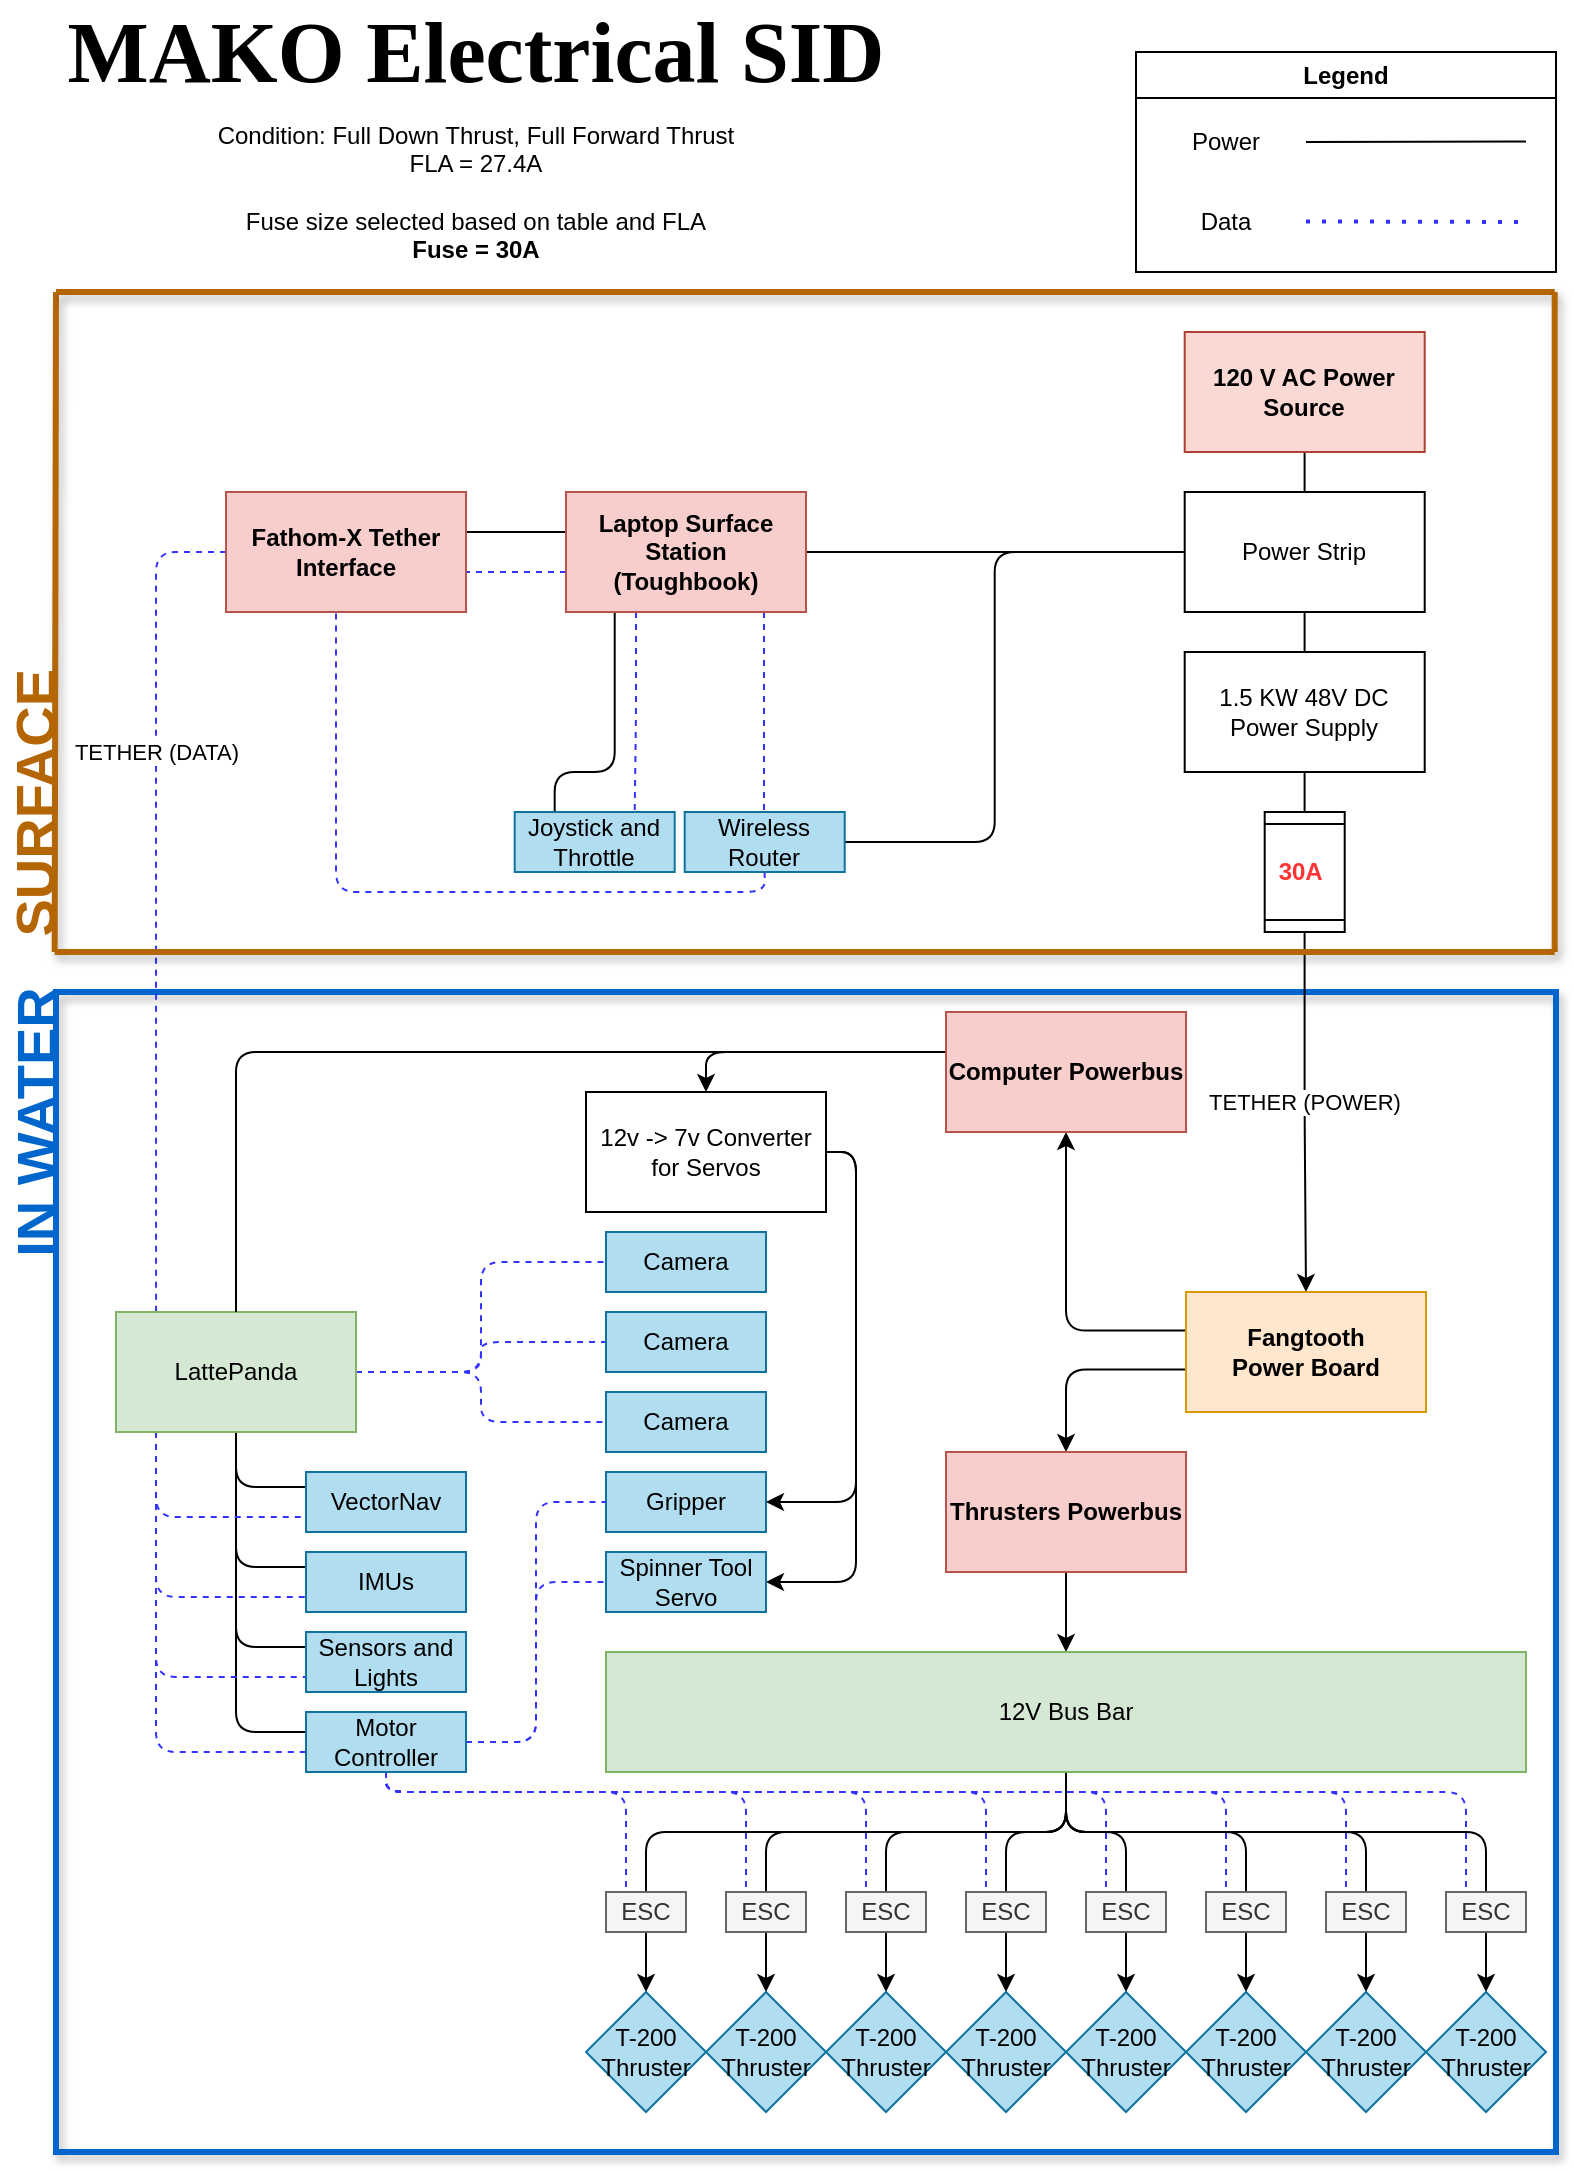
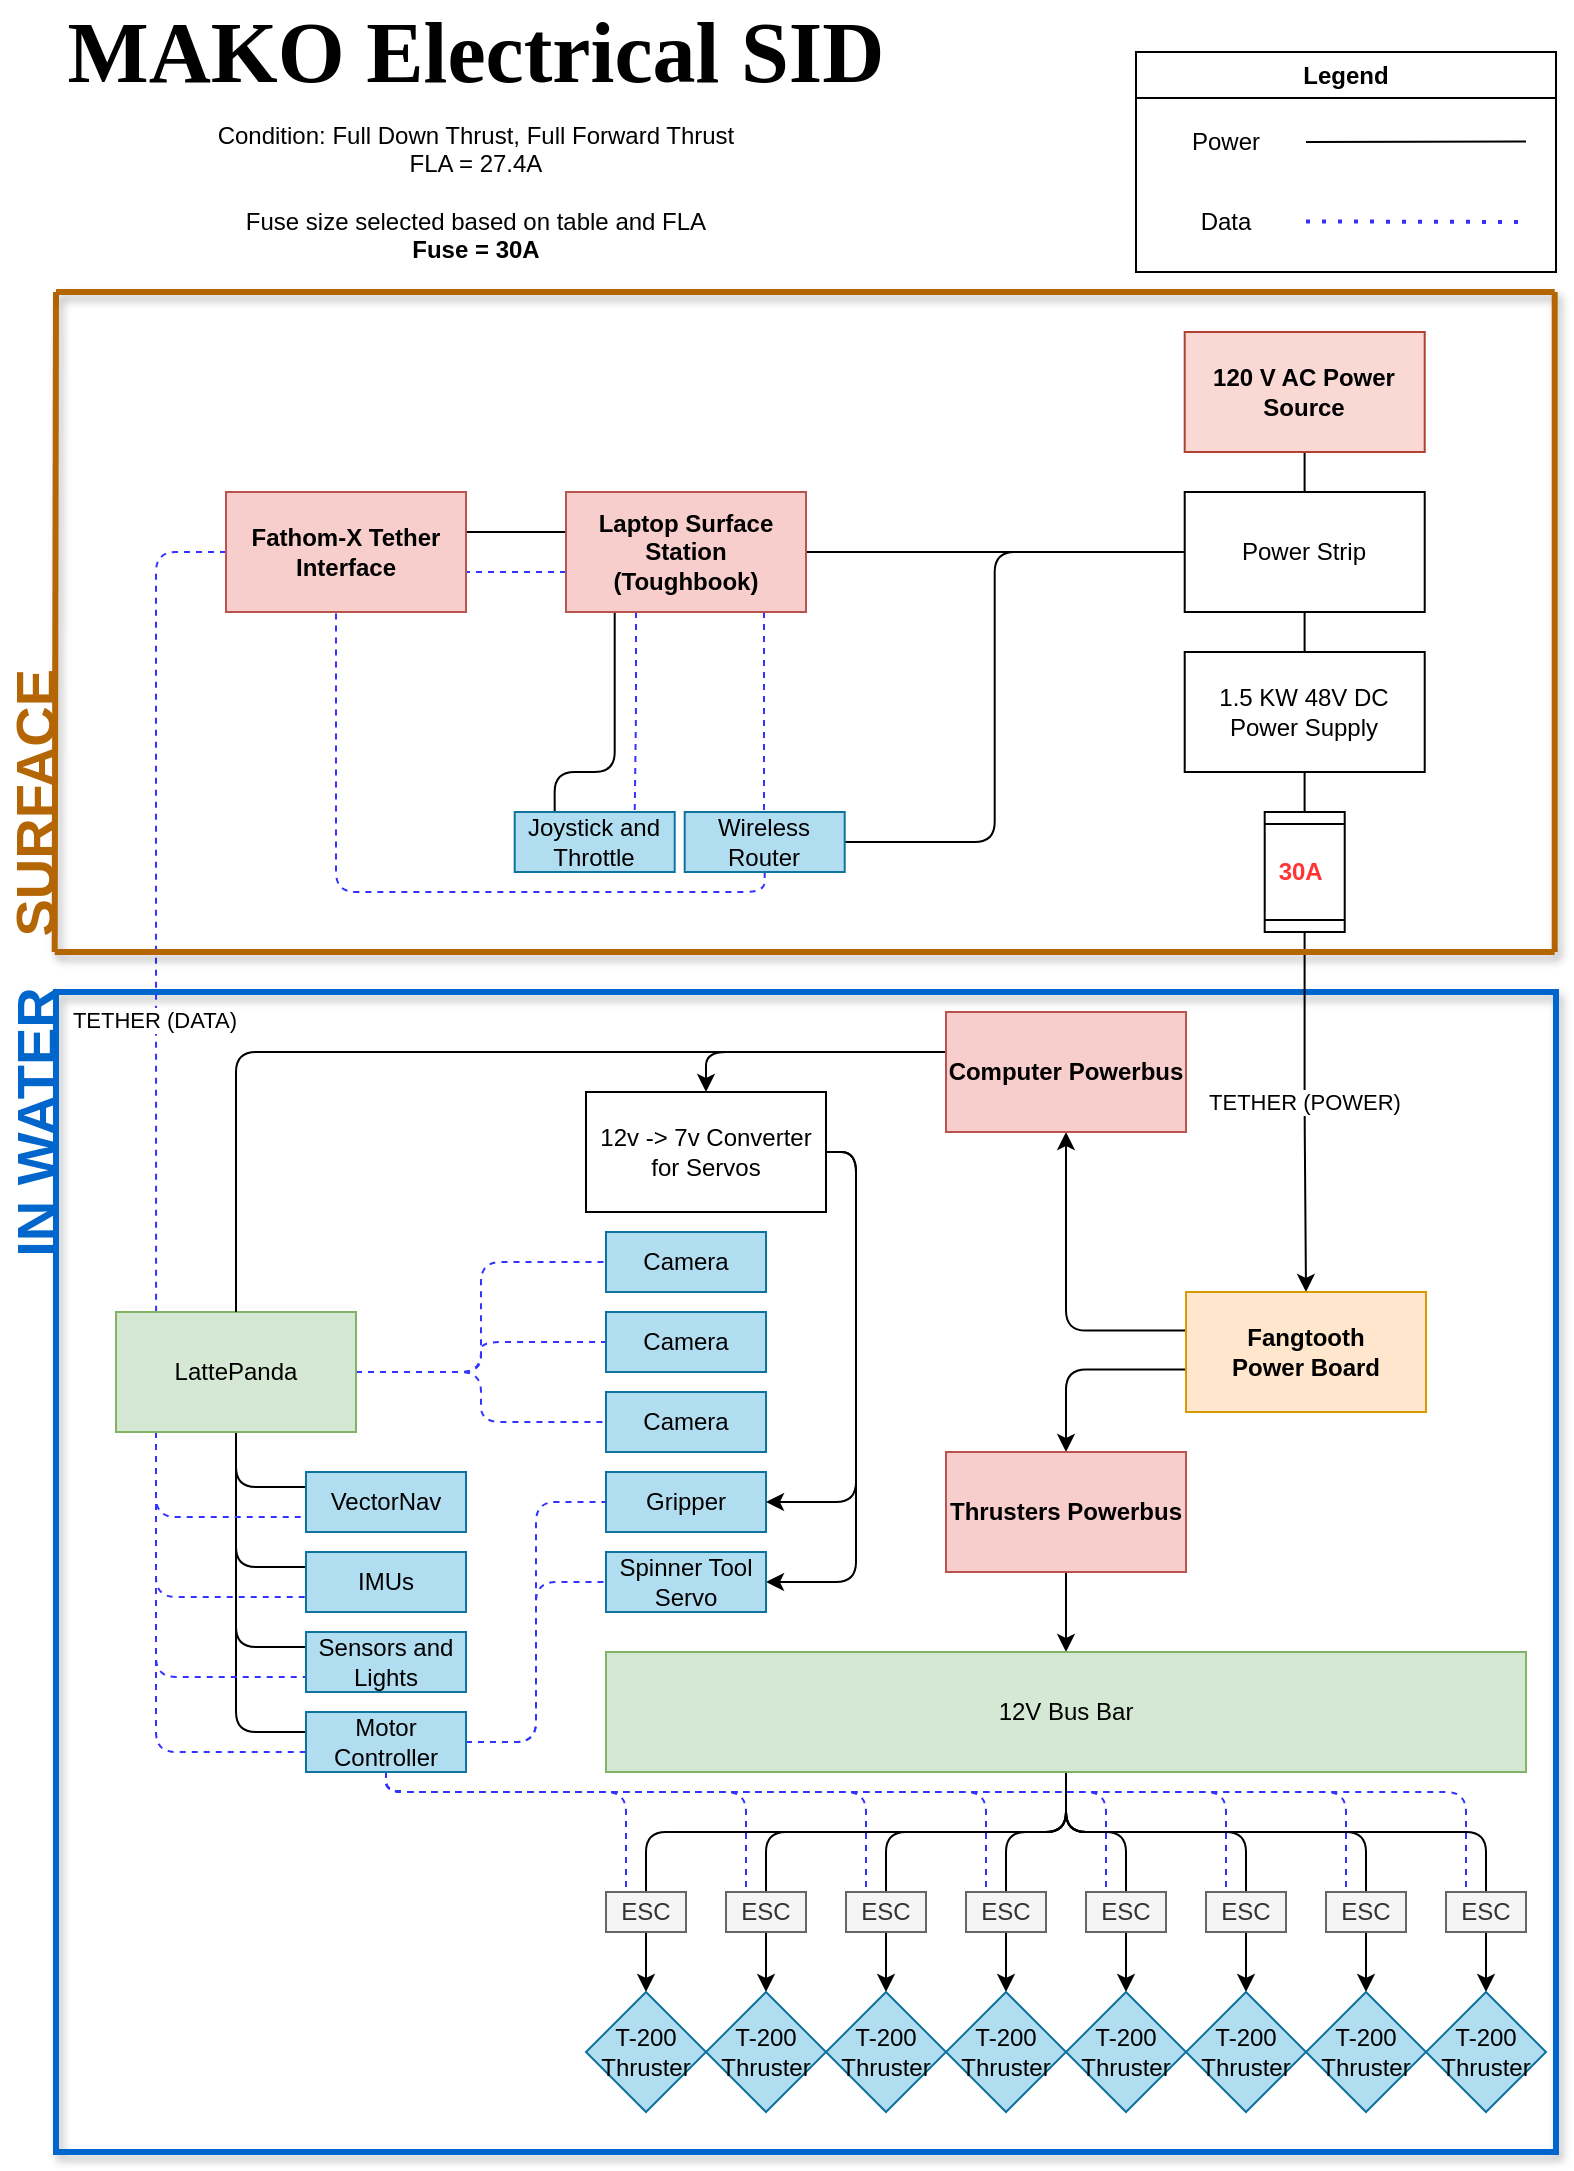
<mxfile host="app.diagrams.net" agent="Mozilla/5.0 (Windows NT 10.0; Win64; x64; rv:139.0) Gecko/20100101 Firefox/139.0">
  <diagram name="Page-1" id="doaNbLGYiiKzRFzNWdXi">
-     <mxGraphModel dx="-28" dy="477" grid="1" gridSize="10" guides="1" tooltips="1" connect="1" arrows="1" fold="1" page="1" pageScale="1" pageWidth="850" pageHeight="1100" math="0" shadow="0">
+     <mxGraphModel dx="324" dy="681" grid="1" gridSize="10" guides="1" tooltips="1" connect="1" arrows="1" fold="1" page="1" pageScale="1" pageWidth="850" pageHeight="1100" math="0" shadow="0">
      <root>
        <mxCell id="0" />
        <mxCell id="1" parent="0" />
        <mxCell id="0vSBfI8_46AL9H7hPHAw-18" parent="1" style="rounded=0;whiteSpace=wrap;html=1;fillColor=none;strokeWidth=3;strokeColor=#0066CC;glass=0;shadow=1;" value="" vertex="1">
          <mxGeometry height="580" width="750" x="890" y="500" as="geometry" />
        </mxCell>
        <mxCell id="59XTsty1G1Yx93DkZX_j-1" parent="1" style="text;html=1;whiteSpace=wrap;strokeColor=none;fillColor=none;align=center;verticalAlign=middle;rounded=0;fontFamily=Times New Roman;fontStyle=1" value="&lt;font style=&quot;font-size: 43px;&quot;&gt;&lt;span&gt;MAKO Electrical SID&lt;/span&gt;&lt;/font&gt;" vertex="1">
          <mxGeometry height="40" width="420" x="890" y="10" as="geometry" />
        </mxCell>
        <mxCell id="59XTsty1G1Yx93DkZX_j-24" edge="1" parent="1" style="edgeStyle=orthogonalEdgeStyle;rounded=0;orthogonalLoop=1;jettySize=auto;html=1;exitX=0.5;exitY=1;exitDx=0;exitDy=0;">
          <mxGeometry relative="1" as="geometry">
            <mxPoint x="1435" y="910" as="sourcePoint" />
            <mxPoint x="1435" y="910" as="targetPoint" />
          </mxGeometry>
        </mxCell>
        <mxCell id="59XTsty1G1Yx93DkZX_j-45" parent="1" style="swimlane;whiteSpace=wrap;html=1;" value="Legend" vertex="1">
          <mxGeometry height="110" width="210" x="1430" y="30" as="geometry" />
        </mxCell>
        <mxCell id="59XTsty1G1Yx93DkZX_j-46" parent="59XTsty1G1Yx93DkZX_j-45" style="text;html=1;whiteSpace=wrap;strokeColor=none;fillColor=none;align=center;verticalAlign=middle;rounded=0;" value="Power" vertex="1">
          <mxGeometry height="30" width="60" x="15" y="30" as="geometry" />
        </mxCell>
        <mxCell id="59XTsty1G1Yx93DkZX_j-47" parent="59XTsty1G1Yx93DkZX_j-45" style="text;html=1;whiteSpace=wrap;strokeColor=none;fillColor=none;align=center;verticalAlign=middle;rounded=0;" value="Data" vertex="1">
          <mxGeometry height="30" width="60" x="15" y="70" as="geometry" />
        </mxCell>
        <mxCell id="59XTsty1G1Yx93DkZX_j-53" edge="1" parent="59XTsty1G1Yx93DkZX_j-45" style="endArrow=none;dashed=1;html=1;dashPattern=1 3;strokeWidth=2;strokeColor=#3333FF;" value="">
          <mxGeometry height="50" relative="1" width="50" as="geometry">
            <mxPoint x="85" y="84.72" as="sourcePoint" />
            <mxPoint x="195" y="85" as="targetPoint" />
          </mxGeometry>
        </mxCell>
        <mxCell id="59XTsty1G1Yx93DkZX_j-54" edge="1" parent="59XTsty1G1Yx93DkZX_j-45" style="endArrow=none;html=1;strokeColor=#000000;" value="">
          <mxGeometry height="50" relative="1" width="50" as="geometry">
            <mxPoint x="85" y="45.06" as="sourcePoint" />
            <mxPoint x="195" y="44.78" as="targetPoint" />
          </mxGeometry>
        </mxCell>
        <mxCell id="59XTsty1G1Yx93DkZX_j-216" edge="1" parent="1" source="59XTsty1G1Yx93DkZX_j-57" style="edgeStyle=orthogonalEdgeStyle;orthogonalLoop=1;jettySize=auto;html=1;endArrow=none;endFill=0;" target="59XTsty1G1Yx93DkZX_j-208" value="">
          <mxGeometry relative="1" as="geometry" />
        </mxCell>
        <mxCell id="59XTsty1G1Yx93DkZX_j-57" parent="1" style="rounded=0;whiteSpace=wrap;html=1;fillColor=#fad9d5;strokeColor=#ae4132;fontStyle=1" value="120 V AC Power Source" vertex="1">
          <mxGeometry height="60" width="120" x="1454.35" y="170" as="geometry" />
        </mxCell>
        <mxCell id="59XTsty1G1Yx93DkZX_j-71" edge="1" parent="1" source="59XTsty1G1Yx93DkZX_j-66" style="edgeStyle=orthogonalEdgeStyle;orthogonalLoop=1;jettySize=auto;html=1;endArrow=none;endFill=0;" target="59XTsty1G1Yx93DkZX_j-70" value="">
          <mxGeometry relative="1" as="geometry" />
        </mxCell>
        <mxCell id="59XTsty1G1Yx93DkZX_j-66" parent="1" style="rounded=0;whiteSpace=wrap;html=1;" value="&lt;div&gt;1.5 KW 48V DC Power Supply&lt;/div&gt;" vertex="1">
          <mxGeometry height="60" width="120" x="1454.35" y="330" as="geometry" />
        </mxCell>
        <mxCell id="59XTsty1G1Yx93DkZX_j-81" edge="1" parent="1" source="59XTsty1G1Yx93DkZX_j-70" style="edgeStyle=orthogonalEdgeStyle;orthogonalLoop=1;jettySize=auto;html=1;entryX=0.5;entryY=0;entryDx=0;entryDy=0;" target="59XTsty1G1Yx93DkZX_j-101" value="">
          <mxGeometry relative="1" as="geometry">
            <mxPoint x="1515" y="470" as="targetPoint" />
          </mxGeometry>
        </mxCell>
        <mxCell id="59XTsty1G1Yx93DkZX_j-99" connectable="0" parent="59XTsty1G1Yx93DkZX_j-81" style="edgeLabel;html=1;align=center;verticalAlign=middle;resizable=0;points=[];" value="TETHER (POWER)" vertex="1">
          <mxGeometry relative="1" x="-0.062" y="-1" as="geometry">
            <mxPoint as="offset" />
          </mxGeometry>
        </mxCell>
        <mxCell id="59XTsty1G1Yx93DkZX_j-70" parent="1" style="shape=process;whiteSpace=wrap;html=1;backgroundOutline=1;rounded=0;direction=south;" value="&lt;div&gt;&lt;b style=&quot;color: rgb(255, 53, 53);&quot;&gt;30A&amp;nbsp;&lt;/b&gt;&lt;/div&gt;" vertex="1">
          <mxGeometry height="60" width="40" x="1494.35" y="410" as="geometry" />
        </mxCell>
        <mxCell id="59XTsty1G1Yx93DkZX_j-83" parent="1" style="text;html=1;whiteSpace=wrap;strokeColor=none;fillColor=none;align=center;verticalAlign=middle;rounded=0;" value="&lt;div&gt;Condition: Full Down Thrust, Full Forward Thrust&lt;/div&gt;&lt;div&gt;FLA = 27.4A&lt;/div&gt;&lt;div&gt;&lt;br&gt;&lt;/div&gt;&lt;div&gt;Fuse size selected based on table and FLA&lt;/div&gt;&lt;div&gt;&lt;b&gt;Fuse = 30A&lt;/b&gt;&lt;/div&gt;" vertex="1">
          <mxGeometry height="80" width="410" x="894.9999999999999" y="60" as="geometry" />
        </mxCell>
        <mxCell id="59XTsty1G1Yx93DkZX_j-205" edge="1" parent="1" source="59XTsty1G1Yx93DkZX_j-101" style="edgeStyle=orthogonalEdgeStyle;orthogonalLoop=1;jettySize=auto;html=1;entryX=0.5;entryY=1;entryDx=0;entryDy=0;exitX=-0.004;exitY=0.321;exitDx=0;exitDy=0;exitPerimeter=0;" target="59XTsty1G1Yx93DkZX_j-180">
          <mxGeometry relative="1" as="geometry" />
        </mxCell>
        <mxCell id="59XTsty1G1Yx93DkZX_j-206" edge="1" parent="1" source="59XTsty1G1Yx93DkZX_j-101" style="edgeStyle=orthogonalEdgeStyle;orthogonalLoop=1;jettySize=auto;html=1;exitX=0.001;exitY=0.645;exitDx=0;exitDy=0;exitPerimeter=0;" target="59XTsty1G1Yx93DkZX_j-102">
          <mxGeometry relative="1" as="geometry" />
        </mxCell>
        <mxCell id="59XTsty1G1Yx93DkZX_j-101" parent="1" style="rounded=0;whiteSpace=wrap;html=1;fillColor=#ffe6cc;strokeColor=#d79b00;fontStyle=1" value="&lt;div&gt;Fangtooth&lt;/div&gt;&lt;div&gt;Power Board&lt;/div&gt;" vertex="1">
          <mxGeometry height="60" width="120" x="1455" y="650" as="geometry" />
        </mxCell>
        <mxCell id="59XTsty1G1Yx93DkZX_j-113" edge="1" parent="1" source="59XTsty1G1Yx93DkZX_j-102" style="edgeStyle=orthogonalEdgeStyle;orthogonalLoop=1;jettySize=auto;html=1;entryX=0.5;entryY=0;entryDx=0;entryDy=0;" target="59XTsty1G1Yx93DkZX_j-108">
          <mxGeometry relative="1" as="geometry" />
        </mxCell>
        <mxCell id="59XTsty1G1Yx93DkZX_j-102" parent="1" style="rounded=0;whiteSpace=wrap;html=1;fillColor=#f8cecc;strokeColor=#b85450;fontStyle=1" value="Thrusters Powerbus" vertex="1">
          <mxGeometry height="60" width="120" x="1335" y="730" as="geometry" />
        </mxCell>
        <mxCell id="59XTsty1G1Yx93DkZX_j-135" edge="1" parent="1" source="59XTsty1G1Yx93DkZX_j-108" style="edgeStyle=orthogonalEdgeStyle;orthogonalLoop=1;jettySize=auto;html=1;entryX=0.5;entryY=0;entryDx=0;entryDy=0;endArrow=none;endFill=0;" target="59XTsty1G1Yx93DkZX_j-116">
          <mxGeometry relative="1" as="geometry" />
        </mxCell>
        <mxCell id="59XTsty1G1Yx93DkZX_j-137" edge="1" parent="1" source="59XTsty1G1Yx93DkZX_j-108" style="edgeStyle=orthogonalEdgeStyle;orthogonalLoop=1;jettySize=auto;html=1;entryX=0.5;entryY=0;entryDx=0;entryDy=0;endArrow=none;endFill=0;" target="59XTsty1G1Yx93DkZX_j-120">
          <mxGeometry relative="1" as="geometry" />
        </mxCell>
        <mxCell id="59XTsty1G1Yx93DkZX_j-138" edge="1" parent="1" source="59XTsty1G1Yx93DkZX_j-108" style="edgeStyle=orthogonalEdgeStyle;orthogonalLoop=1;jettySize=auto;html=1;entryX=0.5;entryY=0;entryDx=0;entryDy=0;endArrow=none;endFill=0;" target="59XTsty1G1Yx93DkZX_j-117">
          <mxGeometry relative="1" as="geometry" />
        </mxCell>
        <mxCell id="59XTsty1G1Yx93DkZX_j-139" edge="1" parent="1" source="59XTsty1G1Yx93DkZX_j-108" style="edgeStyle=orthogonalEdgeStyle;orthogonalLoop=1;jettySize=auto;html=1;entryX=0.5;entryY=0;entryDx=0;entryDy=0;endArrow=none;endFill=0;" target="59XTsty1G1Yx93DkZX_j-118">
          <mxGeometry relative="1" as="geometry" />
        </mxCell>
        <mxCell id="59XTsty1G1Yx93DkZX_j-140" edge="1" parent="1" source="59XTsty1G1Yx93DkZX_j-108" style="edgeStyle=orthogonalEdgeStyle;orthogonalLoop=1;jettySize=auto;html=1;entryX=0.5;entryY=0;entryDx=0;entryDy=0;endArrow=none;endFill=0;" target="59XTsty1G1Yx93DkZX_j-121">
          <mxGeometry relative="1" as="geometry" />
        </mxCell>
        <mxCell id="59XTsty1G1Yx93DkZX_j-141" edge="1" parent="1" source="59XTsty1G1Yx93DkZX_j-108" style="edgeStyle=orthogonalEdgeStyle;orthogonalLoop=1;jettySize=auto;html=1;entryX=0.5;entryY=0;entryDx=0;entryDy=0;endArrow=none;endFill=0;" target="59XTsty1G1Yx93DkZX_j-122">
          <mxGeometry relative="1" as="geometry" />
        </mxCell>
        <mxCell id="59XTsty1G1Yx93DkZX_j-142" edge="1" parent="1" source="59XTsty1G1Yx93DkZX_j-108" style="edgeStyle=orthogonalEdgeStyle;orthogonalLoop=1;jettySize=auto;html=1;entryX=0.5;entryY=0;entryDx=0;entryDy=0;endArrow=none;endFill=0;" target="59XTsty1G1Yx93DkZX_j-123">
          <mxGeometry relative="1" as="geometry" />
        </mxCell>
        <mxCell id="59XTsty1G1Yx93DkZX_j-143" edge="1" parent="1" source="59XTsty1G1Yx93DkZX_j-108" style="edgeStyle=orthogonalEdgeStyle;orthogonalLoop=1;jettySize=auto;html=1;endArrow=none;endFill=0;" target="59XTsty1G1Yx93DkZX_j-124">
          <mxGeometry relative="1" as="geometry" />
        </mxCell>
        <mxCell id="59XTsty1G1Yx93DkZX_j-108" parent="1" style="rounded=0;whiteSpace=wrap;html=1;fillColor=#d5e8d4;strokeColor=#82b366;fontStyle=0" value="&lt;span&gt;12V Bus Bar&lt;/span&gt;" vertex="1">
          <mxGeometry height="60" width="460" x="1165" y="830" as="geometry" />
        </mxCell>
        <mxCell id="59XTsty1G1Yx93DkZX_j-158" edge="1" parent="1" source="59XTsty1G1Yx93DkZX_j-111" style="edgeStyle=orthogonalEdgeStyle;orthogonalLoop=1;jettySize=auto;html=1;entryX=0;entryY=0.5;entryDx=0;entryDy=0;dashed=1;strokeColor=#3333FF;endArrow=none;endFill=0;" target="59XTsty1G1Yx93DkZX_j-154">
          <mxGeometry relative="1" as="geometry" />
        </mxCell>
        <mxCell id="59XTsty1G1Yx93DkZX_j-159" edge="1" parent="1" source="59XTsty1G1Yx93DkZX_j-111" style="edgeStyle=orthogonalEdgeStyle;orthogonalLoop=1;jettySize=auto;html=1;entryX=0;entryY=0.5;entryDx=0;entryDy=0;dashed=1;strokeColor=#3333FF;endArrow=none;endFill=0;" target="59XTsty1G1Yx93DkZX_j-153">
          <mxGeometry relative="1" as="geometry" />
        </mxCell>
        <mxCell id="59XTsty1G1Yx93DkZX_j-232" edge="1" parent="1" source="59XTsty1G1Yx93DkZX_j-111" style="edgeStyle=orthogonalEdgeStyle;orthogonalLoop=1;jettySize=auto;html=1;entryX=0;entryY=0.25;entryDx=0;entryDy=0;endArrow=none;endFill=0;" target="59XTsty1G1Yx93DkZX_j-164">
          <mxGeometry relative="1" as="geometry">
            <Array as="points">
              <mxPoint x="980" y="748" />
            </Array>
          </mxGeometry>
        </mxCell>
        <mxCell id="59XTsty1G1Yx93DkZX_j-233" edge="1" parent="1" source="59XTsty1G1Yx93DkZX_j-111" style="edgeStyle=orthogonalEdgeStyle;orthogonalLoop=1;jettySize=auto;html=1;entryX=0;entryY=0.25;entryDx=0;entryDy=0;endArrow=none;endFill=0;" target="59XTsty1G1Yx93DkZX_j-163">
          <mxGeometry relative="1" as="geometry">
            <Array as="points">
              <mxPoint x="980" y="788" />
            </Array>
          </mxGeometry>
        </mxCell>
        <mxCell id="59XTsty1G1Yx93DkZX_j-234" edge="1" parent="1" source="59XTsty1G1Yx93DkZX_j-111" style="edgeStyle=orthogonalEdgeStyle;orthogonalLoop=1;jettySize=auto;html=1;entryX=0;entryY=0.25;entryDx=0;entryDy=0;endArrow=none;endFill=0;" target="59XTsty1G1Yx93DkZX_j-165">
          <mxGeometry relative="1" as="geometry">
            <Array as="points">
              <mxPoint x="980" y="828" />
            </Array>
          </mxGeometry>
        </mxCell>
        <mxCell id="59XTsty1G1Yx93DkZX_j-235" edge="1" parent="1" source="59XTsty1G1Yx93DkZX_j-111" style="edgeStyle=orthogonalEdgeStyle;orthogonalLoop=1;jettySize=auto;html=1;entryX=0.003;entryY=0.353;entryDx=0;entryDy=0;entryPerimeter=0;endArrow=none;endFill=0;" target="59XTsty1G1Yx93DkZX_j-231">
          <mxGeometry relative="1" as="geometry">
            <Array as="points">
              <mxPoint x="980" y="870" />
              <mxPoint x="1015" y="870" />
            </Array>
          </mxGeometry>
        </mxCell>
        <mxCell id="59XTsty1G1Yx93DkZX_j-236" edge="1" parent="1" source="59XTsty1G1Yx93DkZX_j-111" style="edgeStyle=orthogonalEdgeStyle;orthogonalLoop=1;jettySize=auto;html=1;entryX=-0.002;entryY=0.647;entryDx=0;entryDy=0;dashed=1;strokeColor=#3333FF;entryPerimeter=0;endArrow=none;endFill=0;" target="59XTsty1G1Yx93DkZX_j-231">
          <mxGeometry relative="1" as="geometry">
            <Array as="points">
              <mxPoint x="940" y="880" />
              <mxPoint x="1015" y="880" />
            </Array>
          </mxGeometry>
        </mxCell>
        <mxCell id="59XTsty1G1Yx93DkZX_j-237" edge="1" parent="1" source="59XTsty1G1Yx93DkZX_j-111" style="edgeStyle=orthogonalEdgeStyle;orthogonalLoop=1;jettySize=auto;html=1;entryX=0;entryY=0.75;entryDx=0;entryDy=0;dashed=1;strokeColor=#3333FF;endArrow=none;endFill=0;" target="59XTsty1G1Yx93DkZX_j-165">
          <mxGeometry relative="1" as="geometry">
            <Array as="points">
              <mxPoint x="940" y="843" />
            </Array>
          </mxGeometry>
        </mxCell>
        <mxCell id="59XTsty1G1Yx93DkZX_j-238" edge="1" parent="1" source="59XTsty1G1Yx93DkZX_j-111" style="edgeStyle=orthogonalEdgeStyle;orthogonalLoop=1;jettySize=auto;html=1;entryX=0;entryY=0.75;entryDx=0;entryDy=0;dashed=1;strokeColor=#3333FF;endArrow=none;endFill=0;" target="59XTsty1G1Yx93DkZX_j-163">
          <mxGeometry relative="1" as="geometry">
            <Array as="points">
              <mxPoint x="940" y="803" />
            </Array>
          </mxGeometry>
        </mxCell>
        <mxCell id="59XTsty1G1Yx93DkZX_j-239" edge="1" parent="1" source="59XTsty1G1Yx93DkZX_j-111" style="edgeStyle=orthogonalEdgeStyle;orthogonalLoop=1;jettySize=auto;html=1;entryX=0;entryY=0.75;entryDx=0;entryDy=0;dashed=1;strokeColor=#3333FF;endArrow=none;endFill=0;" target="59XTsty1G1Yx93DkZX_j-164">
          <mxGeometry relative="1" as="geometry">
            <Array as="points">
              <mxPoint x="940" y="763" />
            </Array>
          </mxGeometry>
        </mxCell>
        <mxCell id="0vSBfI8_46AL9H7hPHAw-38" edge="1" parent="1" source="59XTsty1G1Yx93DkZX_j-111" style="edgeStyle=orthogonalEdgeStyle;rounded=1;orthogonalLoop=1;jettySize=auto;html=1;entryX=0;entryY=0.5;entryDx=0;entryDy=0;curved=0;endArrow=none;endFill=0;dashed=1;strokeColor=#3333FF;" target="0vSBfI8_46AL9H7hPHAw-37">
          <mxGeometry relative="1" as="geometry" />
        </mxCell>
        <mxCell id="59XTsty1G1Yx93DkZX_j-111" parent="1" style="rounded=0;whiteSpace=wrap;html=1;fillColor=#d5e8d4;strokeColor=#82b366;" value="LattePanda" vertex="1">
          <mxGeometry height="60" width="120" x="920" y="660" as="geometry" />
        </mxCell>
        <mxCell id="59XTsty1G1Yx93DkZX_j-145" edge="1" parent="1" source="59XTsty1G1Yx93DkZX_j-116" style="edgeStyle=orthogonalEdgeStyle;orthogonalLoop=1;jettySize=auto;html=1;entryX=0.5;entryY=0;entryDx=0;entryDy=0;" target="59XTsty1G1Yx93DkZX_j-126">
          <mxGeometry relative="1" as="geometry" />
        </mxCell>
        <mxCell id="59XTsty1G1Yx93DkZX_j-116" parent="1" style="rounded=0;whiteSpace=wrap;html=1;fillColor=#f5f5f5;fontColor=#333333;strokeColor=#666666;" value="ESC" vertex="1">
          <mxGeometry height="20" width="40" x="1165" y="950" as="geometry" />
        </mxCell>
        <mxCell id="59XTsty1G1Yx93DkZX_j-147" edge="1" parent="1" source="59XTsty1G1Yx93DkZX_j-117" style="edgeStyle=orthogonalEdgeStyle;orthogonalLoop=1;jettySize=auto;html=1;entryX=0.5;entryY=0;entryDx=0;entryDy=0;" target="59XTsty1G1Yx93DkZX_j-128">
          <mxGeometry relative="1" as="geometry" />
        </mxCell>
        <mxCell id="59XTsty1G1Yx93DkZX_j-117" parent="1" style="rounded=0;whiteSpace=wrap;html=1;fillColor=#f5f5f5;fontColor=#333333;strokeColor=#666666;" value="ESC" vertex="1">
          <mxGeometry height="20" width="40" x="1285" y="950" as="geometry" />
        </mxCell>
        <mxCell id="59XTsty1G1Yx93DkZX_j-148" edge="1" parent="1" source="59XTsty1G1Yx93DkZX_j-118" style="edgeStyle=orthogonalEdgeStyle;orthogonalLoop=1;jettySize=auto;html=1;entryX=0.5;entryY=0;entryDx=0;entryDy=0;" target="59XTsty1G1Yx93DkZX_j-129">
          <mxGeometry relative="1" as="geometry" />
        </mxCell>
        <mxCell id="59XTsty1G1Yx93DkZX_j-118" parent="1" style="rounded=0;whiteSpace=wrap;html=1;fillColor=#f5f5f5;fontColor=#333333;strokeColor=#666666;" value="ESC" vertex="1">
          <mxGeometry height="20" width="40" x="1345" y="950" as="geometry" />
        </mxCell>
        <mxCell id="59XTsty1G1Yx93DkZX_j-146" edge="1" parent="1" source="59XTsty1G1Yx93DkZX_j-120" style="edgeStyle=orthogonalEdgeStyle;orthogonalLoop=1;jettySize=auto;html=1;entryX=0.5;entryY=0;entryDx=0;entryDy=0;" target="59XTsty1G1Yx93DkZX_j-127">
          <mxGeometry relative="1" as="geometry" />
        </mxCell>
        <mxCell id="59XTsty1G1Yx93DkZX_j-120" parent="1" style="rounded=0;whiteSpace=wrap;html=1;fillColor=#f5f5f5;fontColor=#333333;strokeColor=#666666;" value="ESC" vertex="1">
          <mxGeometry height="20" width="40" x="1225" y="950" as="geometry" />
        </mxCell>
        <mxCell id="59XTsty1G1Yx93DkZX_j-149" edge="1" parent="1" source="59XTsty1G1Yx93DkZX_j-121" style="edgeStyle=orthogonalEdgeStyle;orthogonalLoop=1;jettySize=auto;html=1;entryX=0.5;entryY=0;entryDx=0;entryDy=0;" target="59XTsty1G1Yx93DkZX_j-130">
          <mxGeometry relative="1" as="geometry" />
        </mxCell>
        <mxCell id="59XTsty1G1Yx93DkZX_j-121" parent="1" style="rounded=0;whiteSpace=wrap;html=1;fillColor=#f5f5f5;fontColor=#333333;strokeColor=#666666;" value="ESC" vertex="1">
          <mxGeometry height="20" width="40" x="1405" y="950" as="geometry" />
        </mxCell>
        <mxCell id="59XTsty1G1Yx93DkZX_j-150" edge="1" parent="1" source="59XTsty1G1Yx93DkZX_j-122" style="edgeStyle=orthogonalEdgeStyle;orthogonalLoop=1;jettySize=auto;html=1;entryX=0.5;entryY=0;entryDx=0;entryDy=0;" target="59XTsty1G1Yx93DkZX_j-131">
          <mxGeometry relative="1" as="geometry" />
        </mxCell>
        <mxCell id="59XTsty1G1Yx93DkZX_j-122" parent="1" style="rounded=0;whiteSpace=wrap;html=1;fillColor=#f5f5f5;fontColor=#333333;strokeColor=#666666;" value="ESC" vertex="1">
          <mxGeometry height="20" width="40" x="1465" y="950" as="geometry" />
        </mxCell>
        <mxCell id="59XTsty1G1Yx93DkZX_j-151" edge="1" parent="1" source="59XTsty1G1Yx93DkZX_j-123" style="edgeStyle=orthogonalEdgeStyle;orthogonalLoop=1;jettySize=auto;html=1;entryX=0.5;entryY=0;entryDx=0;entryDy=0;" target="59XTsty1G1Yx93DkZX_j-132">
          <mxGeometry relative="1" as="geometry" />
        </mxCell>
        <mxCell id="59XTsty1G1Yx93DkZX_j-123" parent="1" style="rounded=0;whiteSpace=wrap;html=1;fillColor=#f5f5f5;fontColor=#333333;strokeColor=#666666;" value="ESC" vertex="1">
          <mxGeometry height="20" width="40" x="1525" y="950" as="geometry" />
        </mxCell>
        <mxCell id="59XTsty1G1Yx93DkZX_j-152" edge="1" parent="1" source="59XTsty1G1Yx93DkZX_j-124" style="edgeStyle=orthogonalEdgeStyle;orthogonalLoop=1;jettySize=auto;html=1;entryX=0.5;entryY=0;entryDx=0;entryDy=0;" target="59XTsty1G1Yx93DkZX_j-133">
          <mxGeometry relative="1" as="geometry" />
        </mxCell>
        <mxCell id="59XTsty1G1Yx93DkZX_j-124" parent="1" style="rounded=0;whiteSpace=wrap;html=1;fillColor=#f5f5f5;fontColor=#333333;strokeColor=#666666;" value="ESC" vertex="1">
          <mxGeometry height="20" width="40" x="1585" y="950" as="geometry" />
        </mxCell>
        <mxCell id="59XTsty1G1Yx93DkZX_j-126" parent="1" style="rhombus;whiteSpace=wrap;html=1;fillColor=#b1ddf0;strokeColor=#10739e;" value="T-200 Thruster" vertex="1">
          <mxGeometry height="60" width="60" x="1155" y="1000" as="geometry" />
        </mxCell>
        <mxCell id="59XTsty1G1Yx93DkZX_j-127" parent="1" style="rhombus;whiteSpace=wrap;html=1;fillColor=#b1ddf0;strokeColor=#10739e;" value="T-200 Thruster" vertex="1">
          <mxGeometry height="60" width="60" x="1215" y="1000" as="geometry" />
        </mxCell>
        <mxCell id="59XTsty1G1Yx93DkZX_j-128" parent="1" style="rhombus;whiteSpace=wrap;html=1;fillColor=#b1ddf0;strokeColor=#10739e;" value="T-200 Thruster" vertex="1">
          <mxGeometry height="60" width="60" x="1275" y="1000" as="geometry" />
        </mxCell>
        <mxCell id="59XTsty1G1Yx93DkZX_j-129" parent="1" style="rhombus;whiteSpace=wrap;html=1;fillColor=#b1ddf0;strokeColor=#10739e;" value="T-200 Thruster" vertex="1">
          <mxGeometry height="60" width="60" x="1335" y="1000" as="geometry" />
        </mxCell>
        <mxCell id="59XTsty1G1Yx93DkZX_j-130" parent="1" style="rhombus;whiteSpace=wrap;html=1;fillColor=#b1ddf0;strokeColor=#10739e;" value="T-200 Thruster" vertex="1">
          <mxGeometry height="60" width="60" x="1395" y="1000" as="geometry" />
        </mxCell>
        <mxCell id="59XTsty1G1Yx93DkZX_j-131" parent="1" style="rhombus;whiteSpace=wrap;html=1;fillColor=#b1ddf0;strokeColor=#10739e;" value="T-200 Thruster" vertex="1">
          <mxGeometry height="60" width="60" x="1455" y="1000" as="geometry" />
        </mxCell>
        <mxCell id="59XTsty1G1Yx93DkZX_j-132" parent="1" style="rhombus;whiteSpace=wrap;html=1;fillColor=#b1ddf0;strokeColor=#10739e;" value="T-200 Thruster" vertex="1">
          <mxGeometry height="60" width="60" x="1515" y="1000" as="geometry" />
        </mxCell>
        <mxCell id="59XTsty1G1Yx93DkZX_j-133" parent="1" style="rhombus;whiteSpace=wrap;html=1;fillColor=#b1ddf0;strokeColor=#10739e;" value="T-200 Thruster" vertex="1">
          <mxGeometry height="60" width="60" x="1575" y="1000" as="geometry" />
        </mxCell>
        <mxCell id="59XTsty1G1Yx93DkZX_j-153" parent="1" style="rounded=0;whiteSpace=wrap;html=1;fillColor=#b1ddf0;strokeColor=#10739e;" value="Camera" vertex="1">
          <mxGeometry height="30" width="80" x="1165" y="660" as="geometry" />
        </mxCell>
        <mxCell id="59XTsty1G1Yx93DkZX_j-154" parent="1" style="rounded=0;whiteSpace=wrap;html=1;fillColor=#b1ddf0;strokeColor=#10739e;" value="Camera" vertex="1">
          <mxGeometry height="30" width="80" x="1165" y="700" as="geometry" />
        </mxCell>
        <mxCell id="59XTsty1G1Yx93DkZX_j-155" parent="1" style="rounded=0;whiteSpace=wrap;html=1;fillColor=#b1ddf0;strokeColor=#10739e;" value="Gripper" vertex="1">
          <mxGeometry height="30" width="80" x="1165" y="740" as="geometry" />
        </mxCell>
        <mxCell id="59XTsty1G1Yx93DkZX_j-163" parent="1" style="rounded=0;whiteSpace=wrap;html=1;fillColor=#b1ddf0;strokeColor=#10739e;" value="IMUs" vertex="1">
          <mxGeometry height="30" width="80" x="1015" y="780" as="geometry" />
        </mxCell>
        <mxCell id="59XTsty1G1Yx93DkZX_j-164" parent="1" style="rounded=0;whiteSpace=wrap;html=1;fillColor=#b1ddf0;strokeColor=#10739e;" value="VectorNav" vertex="1">
          <mxGeometry height="30" width="80" x="1015" y="740" as="geometry" />
        </mxCell>
        <mxCell id="59XTsty1G1Yx93DkZX_j-165" parent="1" style="rounded=0;whiteSpace=wrap;html=1;fillColor=#b1ddf0;strokeColor=#10739e;" value="Sensors and Lights" vertex="1">
          <mxGeometry height="30" width="80" x="1015" y="820" as="geometry" />
        </mxCell>
        <mxCell id="59XTsty1G1Yx93DkZX_j-185" edge="1" parent="1" source="59XTsty1G1Yx93DkZX_j-179" style="edgeStyle=orthogonalEdgeStyle;orthogonalLoop=1;jettySize=auto;html=1;entryX=1;entryY=0.5;entryDx=0;entryDy=0;" target="59XTsty1G1Yx93DkZX_j-155">
          <mxGeometry relative="1" as="geometry">
            <Array as="points">
              <mxPoint x="1290" y="580" />
              <mxPoint x="1290" y="755" />
            </Array>
          </mxGeometry>
        </mxCell>
        <mxCell id="0vSBfI8_46AL9H7hPHAw-5" edge="1" parent="1" source="59XTsty1G1Yx93DkZX_j-179" style="edgeStyle=orthogonalEdgeStyle;rounded=1;orthogonalLoop=1;jettySize=auto;html=1;entryX=1;entryY=0.5;entryDx=0;entryDy=0;curved=0;" target="0vSBfI8_46AL9H7hPHAw-3">
          <mxGeometry relative="1" as="geometry">
            <Array as="points">
              <mxPoint x="1290" y="580" />
              <mxPoint x="1290" y="795" />
            </Array>
          </mxGeometry>
        </mxCell>
        <mxCell id="59XTsty1G1Yx93DkZX_j-179" parent="1" style="rounded=0;whiteSpace=wrap;html=1;" value="12v -&amp;gt; 7v Converter for Servos" vertex="1">
          <mxGeometry height="60" width="120" x="1155" y="550" as="geometry" />
        </mxCell>
        <mxCell id="59XTsty1G1Yx93DkZX_j-183" edge="1" parent="1" source="59XTsty1G1Yx93DkZX_j-180" style="edgeStyle=orthogonalEdgeStyle;orthogonalLoop=1;jettySize=auto;html=1;endArrow=none;endFill=0;" target="59XTsty1G1Yx93DkZX_j-111">
          <mxGeometry relative="1" as="geometry">
            <Array as="points">
              <mxPoint x="980" y="530" />
            </Array>
          </mxGeometry>
        </mxCell>
        <mxCell id="59XTsty1G1Yx93DkZX_j-184" edge="1" parent="1" source="59XTsty1G1Yx93DkZX_j-180" style="edgeStyle=orthogonalEdgeStyle;orthogonalLoop=1;jettySize=auto;html=1;entryX=0.5;entryY=0;entryDx=0;entryDy=0;" target="59XTsty1G1Yx93DkZX_j-179">
          <mxGeometry relative="1" as="geometry">
            <Array as="points">
              <mxPoint x="1215" y="530" />
            </Array>
          </mxGeometry>
        </mxCell>
        <mxCell id="59XTsty1G1Yx93DkZX_j-180" parent="1" style="rounded=0;whiteSpace=wrap;html=1;fillColor=#f8cecc;strokeColor=#b85450;fontStyle=1" value="Computer Powerbus" vertex="1">
          <mxGeometry height="60" width="120" x="1335" y="510" as="geometry" />
        </mxCell>
        <mxCell id="59XTsty1G1Yx93DkZX_j-218" edge="1" parent="1" source="59XTsty1G1Yx93DkZX_j-208" style="edgeStyle=orthogonalEdgeStyle;orthogonalLoop=1;jettySize=auto;html=1;endArrow=none;endFill=0;" target="59XTsty1G1Yx93DkZX_j-66">
          <mxGeometry relative="1" as="geometry" />
        </mxCell>
        <mxCell id="59XTsty1G1Yx93DkZX_j-219" edge="1" parent="1" source="59XTsty1G1Yx93DkZX_j-208" style="edgeStyle=orthogonalEdgeStyle;orthogonalLoop=1;jettySize=auto;html=1;entryX=1;entryY=0.5;entryDx=0;entryDy=0;endArrow=none;endFill=0;" target="59XTsty1G1Yx93DkZX_j-214">
          <mxGeometry relative="1" as="geometry" />
        </mxCell>
        <mxCell id="59XTsty1G1Yx93DkZX_j-224" edge="1" parent="1" source="59XTsty1G1Yx93DkZX_j-208" style="edgeStyle=orthogonalEdgeStyle;orthogonalLoop=1;jettySize=auto;html=1;entryX=1;entryY=0.5;entryDx=0;entryDy=0;endArrow=none;endFill=0;" target="59XTsty1G1Yx93DkZX_j-221">
          <mxGeometry relative="1" as="geometry">
            <Array as="points">
              <mxPoint x="1359.35" y="280" />
              <mxPoint x="1359.35" y="425" />
            </Array>
          </mxGeometry>
        </mxCell>
        <mxCell id="59XTsty1G1Yx93DkZX_j-208" parent="1" style="rounded=0;whiteSpace=wrap;html=1;" value="Power Strip" vertex="1">
          <mxGeometry height="60" width="120" x="1454.35" y="250" as="geometry" />
        </mxCell>
        <mxCell id="59XTsty1G1Yx93DkZX_j-226" edge="1" parent="1" source="59XTsty1G1Yx93DkZX_j-214" style="edgeStyle=orthogonalEdgeStyle;orthogonalLoop=1;jettySize=auto;html=1;dashed=1;strokeColor=#3333FF;entryX=0.75;entryY=0;entryDx=0;entryDy=0;endArrow=none;endFill=0;" target="59XTsty1G1Yx93DkZX_j-222" value="">
          <mxGeometry relative="1" as="geometry">
            <Array as="points">
              <mxPoint x="1180" y="360" />
              <mxPoint x="1179" y="360" />
            </Array>
          </mxGeometry>
        </mxCell>
        <mxCell id="59XTsty1G1Yx93DkZX_j-227" edge="1" parent="1" source="59XTsty1G1Yx93DkZX_j-214" style="edgeStyle=orthogonalEdgeStyle;orthogonalLoop=1;jettySize=auto;html=1;dashed=1;strokeColor=#3333FF;endArrow=none;endFill=0;" target="59XTsty1G1Yx93DkZX_j-221">
          <mxGeometry relative="1" as="geometry">
            <Array as="points">
              <mxPoint x="1244" y="350" />
              <mxPoint x="1244" y="350" />
            </Array>
          </mxGeometry>
        </mxCell>
        <mxCell id="0vSBfI8_46AL9H7hPHAw-9" edge="1" parent="1" source="59XTsty1G1Yx93DkZX_j-214" style="edgeStyle=orthogonalEdgeStyle;rounded=0;orthogonalLoop=1;jettySize=auto;html=1;endArrow=none;endFill=0;" target="0vSBfI8_46AL9H7hPHAw-7" value="">
          <mxGeometry relative="1" as="geometry">
            <Array as="points">
              <mxPoint x="1120" y="270" />
              <mxPoint x="1120" y="270" />
            </Array>
          </mxGeometry>
        </mxCell>
        <mxCell id="0vSBfI8_46AL9H7hPHAw-13" edge="1" parent="1" source="59XTsty1G1Yx93DkZX_j-214" style="edgeStyle=orthogonalEdgeStyle;rounded=1;orthogonalLoop=1;jettySize=auto;html=1;entryX=0.25;entryY=0;entryDx=0;entryDy=0;curved=0;endArrow=none;endFill=0;" target="59XTsty1G1Yx93DkZX_j-222">
          <mxGeometry relative="1" as="geometry">
            <Array as="points">
              <mxPoint x="1169.35" y="390" />
              <mxPoint x="1139.35" y="390" />
            </Array>
          </mxGeometry>
        </mxCell>
        <mxCell id="0vSBfI8_46AL9H7hPHAw-36" edge="1" parent="1" source="59XTsty1G1Yx93DkZX_j-214" style="edgeStyle=orthogonalEdgeStyle;rounded=0;orthogonalLoop=1;jettySize=auto;html=1;dashed=1;strokeColor=#3333FF;endArrow=none;endFill=0;" target="0vSBfI8_46AL9H7hPHAw-7" value="">
          <mxGeometry relative="1" as="geometry">
            <Array as="points">
              <mxPoint x="1120" y="290" />
              <mxPoint x="1120" y="290" />
            </Array>
          </mxGeometry>
        </mxCell>
        <mxCell id="59XTsty1G1Yx93DkZX_j-214" parent="1" style="rounded=0;whiteSpace=wrap;html=1;fillColor=#f8cecc;strokeColor=#b85450;fontStyle=1" value="&lt;div&gt;Laptop Surface Station&lt;/div&gt;&lt;div&gt;(Toughbook)&lt;/div&gt;" vertex="1">
          <mxGeometry height="60" width="120" x="1145" y="250" as="geometry" />
        </mxCell>
        <mxCell id="0vSBfI8_46AL9H7hPHAw-10" edge="1" parent="1" source="59XTsty1G1Yx93DkZX_j-221" style="edgeStyle=orthogonalEdgeStyle;rounded=1;orthogonalLoop=1;jettySize=auto;html=1;strokeColor=#3333FF;curved=0;dashed=1;exitX=0.5;exitY=1;exitDx=0;exitDy=0;endArrow=none;endFill=0;" target="0vSBfI8_46AL9H7hPHAw-7">
          <mxGeometry relative="1" as="geometry">
            <Array as="points">
              <mxPoint x="1244" y="450" />
              <mxPoint x="1030" y="450" />
            </Array>
          </mxGeometry>
        </mxCell>
        <mxCell id="59XTsty1G1Yx93DkZX_j-221" parent="1" style="rounded=0;whiteSpace=wrap;html=1;fillColor=#b1ddf0;strokeColor=#10739e;" value="Wireless Router" vertex="1">
          <mxGeometry height="30" width="80" x="1204.35" y="410" as="geometry" />
        </mxCell>
        <mxCell id="59XTsty1G1Yx93DkZX_j-222" parent="1" style="rounded=0;whiteSpace=wrap;html=1;fillColor=#b1ddf0;strokeColor=#10739e;" value="Joystick and Throttle" vertex="1">
          <mxGeometry height="30" width="80" x="1119.35" y="410" as="geometry" />
        </mxCell>
        <mxCell id="59XTsty1G1Yx93DkZX_j-242" edge="1" parent="1" source="59XTsty1G1Yx93DkZX_j-231" style="edgeStyle=orthogonalEdgeStyle;orthogonalLoop=1;jettySize=auto;html=1;entryX=0.25;entryY=0;entryDx=0;entryDy=0;dashed=1;strokeColor=#3333FF;endArrow=none;endFill=0;" target="59XTsty1G1Yx93DkZX_j-123">
          <mxGeometry relative="1" as="geometry">
            <Array as="points">
              <mxPoint x="1055" y="900" />
              <mxPoint x="1535" y="900" />
            </Array>
          </mxGeometry>
        </mxCell>
        <mxCell id="59XTsty1G1Yx93DkZX_j-243" edge="1" parent="1" source="59XTsty1G1Yx93DkZX_j-231" style="edgeStyle=orthogonalEdgeStyle;orthogonalLoop=1;jettySize=auto;html=1;entryX=0.25;entryY=0;entryDx=0;entryDy=0;dashed=1;strokeColor=#3333FF;endArrow=none;endFill=0;" target="59XTsty1G1Yx93DkZX_j-124">
          <mxGeometry relative="1" as="geometry">
            <Array as="points">
              <mxPoint x="1055" y="900" />
              <mxPoint x="1595" y="900" />
            </Array>
          </mxGeometry>
        </mxCell>
        <mxCell id="59XTsty1G1Yx93DkZX_j-244" edge="1" parent="1" source="59XTsty1G1Yx93DkZX_j-231" style="edgeStyle=orthogonalEdgeStyle;orthogonalLoop=1;jettySize=auto;html=1;entryX=0.25;entryY=0;entryDx=0;entryDy=0;dashed=1;strokeColor=#3333FF;endArrow=none;endFill=0;" target="59XTsty1G1Yx93DkZX_j-122">
          <mxGeometry relative="1" as="geometry">
            <Array as="points">
              <mxPoint x="1055" y="900" />
              <mxPoint x="1475" y="900" />
            </Array>
          </mxGeometry>
        </mxCell>
        <mxCell id="59XTsty1G1Yx93DkZX_j-245" edge="1" parent="1" source="59XTsty1G1Yx93DkZX_j-231" style="edgeStyle=orthogonalEdgeStyle;orthogonalLoop=1;jettySize=auto;html=1;entryX=0.25;entryY=0;entryDx=0;entryDy=0;dashed=1;strokeColor=#3333FF;endArrow=none;endFill=0;" target="59XTsty1G1Yx93DkZX_j-121">
          <mxGeometry relative="1" as="geometry">
            <Array as="points">
              <mxPoint x="1055" y="900" />
              <mxPoint x="1415" y="900" />
            </Array>
          </mxGeometry>
        </mxCell>
        <mxCell id="59XTsty1G1Yx93DkZX_j-246" edge="1" parent="1" source="59XTsty1G1Yx93DkZX_j-231" style="edgeStyle=orthogonalEdgeStyle;orthogonalLoop=1;jettySize=auto;html=1;entryX=0.25;entryY=0;entryDx=0;entryDy=0;dashed=1;strokeColor=#3333FF;endArrow=none;endFill=0;" target="59XTsty1G1Yx93DkZX_j-118">
          <mxGeometry relative="1" as="geometry">
            <Array as="points">
              <mxPoint x="1055" y="900" />
              <mxPoint x="1355" y="900" />
            </Array>
          </mxGeometry>
        </mxCell>
        <mxCell id="59XTsty1G1Yx93DkZX_j-247" edge="1" parent="1" source="59XTsty1G1Yx93DkZX_j-231" style="edgeStyle=orthogonalEdgeStyle;orthogonalLoop=1;jettySize=auto;html=1;entryX=0.25;entryY=0;entryDx=0;entryDy=0;dashed=1;strokeColor=#3333FF;endArrow=none;endFill=0;" target="59XTsty1G1Yx93DkZX_j-117">
          <mxGeometry relative="1" as="geometry">
            <Array as="points">
              <mxPoint x="1055" y="900" />
              <mxPoint x="1295" y="900" />
            </Array>
          </mxGeometry>
        </mxCell>
        <mxCell id="59XTsty1G1Yx93DkZX_j-248" edge="1" parent="1" source="59XTsty1G1Yx93DkZX_j-231" style="edgeStyle=orthogonalEdgeStyle;orthogonalLoop=1;jettySize=auto;html=1;entryX=0.25;entryY=0;entryDx=0;entryDy=0;dashed=1;strokeColor=#3333FF;endArrow=none;endFill=0;" target="59XTsty1G1Yx93DkZX_j-120">
          <mxGeometry relative="1" as="geometry">
            <Array as="points">
              <mxPoint x="1055" y="900" />
              <mxPoint x="1235" y="900" />
            </Array>
          </mxGeometry>
        </mxCell>
        <mxCell id="59XTsty1G1Yx93DkZX_j-249" edge="1" parent="1" source="59XTsty1G1Yx93DkZX_j-231" style="edgeStyle=orthogonalEdgeStyle;orthogonalLoop=1;jettySize=auto;html=1;entryX=0.25;entryY=0;entryDx=0;entryDy=0;dashed=1;strokeColor=#3333FF;endArrow=none;endFill=0;" target="59XTsty1G1Yx93DkZX_j-116">
          <mxGeometry relative="1" as="geometry">
            <Array as="points">
              <mxPoint x="1055" y="900" />
              <mxPoint x="1175" y="900" />
            </Array>
          </mxGeometry>
        </mxCell>
        <mxCell id="0vSBfI8_46AL9H7hPHAw-2" edge="1" parent="1" source="59XTsty1G1Yx93DkZX_j-231" style="edgeStyle=orthogonalEdgeStyle;rounded=1;orthogonalLoop=1;jettySize=auto;html=1;entryX=0;entryY=0.5;entryDx=0;entryDy=0;dashed=1;strokeColor=#3333FF;curved=0;endArrow=none;endFill=0;" target="59XTsty1G1Yx93DkZX_j-155">
          <mxGeometry relative="1" as="geometry" />
        </mxCell>
        <mxCell id="0vSBfI8_46AL9H7hPHAw-6" edge="1" parent="1" source="59XTsty1G1Yx93DkZX_j-231" style="edgeStyle=orthogonalEdgeStyle;rounded=1;orthogonalLoop=1;jettySize=auto;html=1;entryX=0;entryY=0.5;entryDx=0;entryDy=0;curved=0;dashed=1;strokeColor=#3333FF;endArrow=none;endFill=0;" target="0vSBfI8_46AL9H7hPHAw-3">
          <mxGeometry relative="1" as="geometry" />
        </mxCell>
        <mxCell id="59XTsty1G1Yx93DkZX_j-231" parent="1" style="rounded=0;whiteSpace=wrap;html=1;fillColor=#b1ddf0;strokeColor=#10739e;" value="Motor Controller" vertex="1">
          <mxGeometry height="30" width="80" x="1015" y="860" as="geometry" />
        </mxCell>
        <mxCell id="0vSBfI8_46AL9H7hPHAw-3" parent="1" style="rounded=0;whiteSpace=wrap;html=1;fillColor=#b1ddf0;strokeColor=#10739e;" value="Spinner Tool Servo" vertex="1">
          <mxGeometry height="30" width="80" x="1165" y="780" as="geometry" />
        </mxCell>
        <mxCell id="0vSBfI8_46AL9H7hPHAw-30" edge="1" parent="1" source="0vSBfI8_46AL9H7hPHAw-7" style="edgeStyle=orthogonalEdgeStyle;rounded=1;orthogonalLoop=1;jettySize=auto;html=1;entryX=0.167;entryY=-0.009;entryDx=0;entryDy=0;dashed=1;strokeColor=#3333FF;curved=0;entryPerimeter=0;endArrow=none;endFill=0;" target="59XTsty1G1Yx93DkZX_j-111">
          <mxGeometry relative="1" as="geometry">
            <Array as="points">
              <mxPoint x="940" y="280" />
            </Array>
          </mxGeometry>
        </mxCell>
-         <mxCell id="0vSBfI8_46AL9H7hPHAw-40" connectable="0" parent="0vSBfI8_46AL9H7hPHAw-30" style="edgeLabel;html=1;align=center;verticalAlign=middle;resizable=0;points=[];" value="TETHER (DATA)" vertex="1">
+         <mxCell id="0vSBfI8_46AL9H7hPHAw-40" connectable="0" parent="0vSBfI8_46AL9H7hPHAw-30" style="edgeLabel;html=1;align=center;verticalAlign=middle;resizable=0;points=[];" value="&lt;div&gt;&lt;br&gt;&lt;/div&gt;&lt;div&gt;&lt;br&gt;&lt;/div&gt;" vertex="1">
          <mxGeometry relative="1" x="-0.3495" as="geometry">
+             <mxPoint as="offset" />
+           </mxGeometry>
+         </mxCell>
+         <mxCell id="0vSBfI8_46AL9H7hPHAw-41" connectable="0" parent="0vSBfI8_46AL9H7hPHAw-30" style="edgeLabel;html=1;align=center;verticalAlign=middle;resizable=0;points=[];" value="TETHER (DATA)" vertex="1">
+           <mxGeometry relative="1" x="0.2973" y="-1" as="geometry">
            <mxPoint as="offset" />
          </mxGeometry>
        </mxCell>
        <mxCell id="0vSBfI8_46AL9H7hPHAw-7" parent="1" style="rounded=0;whiteSpace=wrap;html=1;fillColor=#f8cecc;strokeColor=#b85450;fontStyle=1" value="Fathom-X Tether Interface" vertex="1">
          <mxGeometry height="60" width="120" x="975" y="250" as="geometry" />
        </mxCell>
        <mxCell id="0vSBfI8_46AL9H7hPHAw-19" parent="1" style="text;html=1;whiteSpace=wrap;strokeColor=none;fillColor=none;align=center;verticalAlign=middle;rounded=0;rotation=270;" value="&lt;font face=&quot;Helvetica&quot; style=&quot;font-size: 28px;&quot;&gt;&lt;b&gt;&lt;span style=&quot;color: rgb(0, 102, 204);&quot;&gt;IN WATER&lt;/span&gt;&lt;/b&gt;&lt;/font&gt;" vertex="1">
          <mxGeometry height="30" width="140" x="810" y="550" as="geometry" />
        </mxCell>
        <mxCell id="0vSBfI8_46AL9H7hPHAw-21" edge="1" parent="1" style="endArrow=none;html=1;rounded=0;strokeWidth=3;fillColor=#fad7ac;strokeColor=#b46504;shadow=1;" value="">
          <mxGeometry height="50" relative="1" width="50" as="geometry">
            <mxPoint x="889.35" y="480" as="sourcePoint" />
            <mxPoint x="890" y="150" as="targetPoint" />
          </mxGeometry>
        </mxCell>
        <mxCell id="0vSBfI8_46AL9H7hPHAw-24" edge="1" parent="1" style="endArrow=none;html=1;rounded=0;strokeWidth=3;fillColor=#fad7ac;strokeColor=#b46504;shadow=1;" value="">
          <mxGeometry height="50" relative="1" width="50" as="geometry">
            <mxPoint x="890" y="150" as="sourcePoint" />
            <mxPoint x="1639.35" y="150" as="targetPoint" />
          </mxGeometry>
        </mxCell>
        <mxCell id="0vSBfI8_46AL9H7hPHAw-25" edge="1" parent="1" style="endArrow=none;html=1;rounded=0;strokeWidth=3;fillColor=#fad7ac;strokeColor=#b46504;shadow=1;" value="">
          <mxGeometry height="50" relative="1" width="50" as="geometry">
            <mxPoint x="1639.35" y="480" as="sourcePoint" />
            <mxPoint x="1639.35" y="150" as="targetPoint" />
          </mxGeometry>
        </mxCell>
        <mxCell id="0vSBfI8_46AL9H7hPHAw-26" edge="1" parent="1" style="endArrow=none;html=1;rounded=0;strokeWidth=3;fillColor=#fad7ac;strokeColor=#b46504;shadow=1;" value="">
          <mxGeometry height="50" relative="1" width="50" as="geometry">
            <mxPoint x="889.35" y="480" as="sourcePoint" />
            <mxPoint x="1639.35" y="480" as="targetPoint" />
          </mxGeometry>
        </mxCell>
        <mxCell id="0vSBfI8_46AL9H7hPHAw-27" parent="1" style="text;html=1;whiteSpace=wrap;strokeColor=none;fillColor=none;align=center;verticalAlign=middle;rounded=0;rotation=270;" value="&lt;font style=&quot;font-size: 28px; color: rgb(180, 101, 4);&quot;&gt;&lt;b&gt;SURFACE&lt;/b&gt;&lt;/font&gt;" vertex="1">
          <mxGeometry height="30" width="140" x="809.35" y="390" as="geometry" />
        </mxCell>
        <mxCell id="0vSBfI8_46AL9H7hPHAw-37" parent="1" style="rounded=0;whiteSpace=wrap;html=1;fillColor=#b1ddf0;strokeColor=#10739e;" value="Camera" vertex="1">
          <mxGeometry height="30" width="80" x="1165" y="620" as="geometry" />
        </mxCell>
      </root>
    </mxGraphModel>
  </diagram>
</mxfile>
